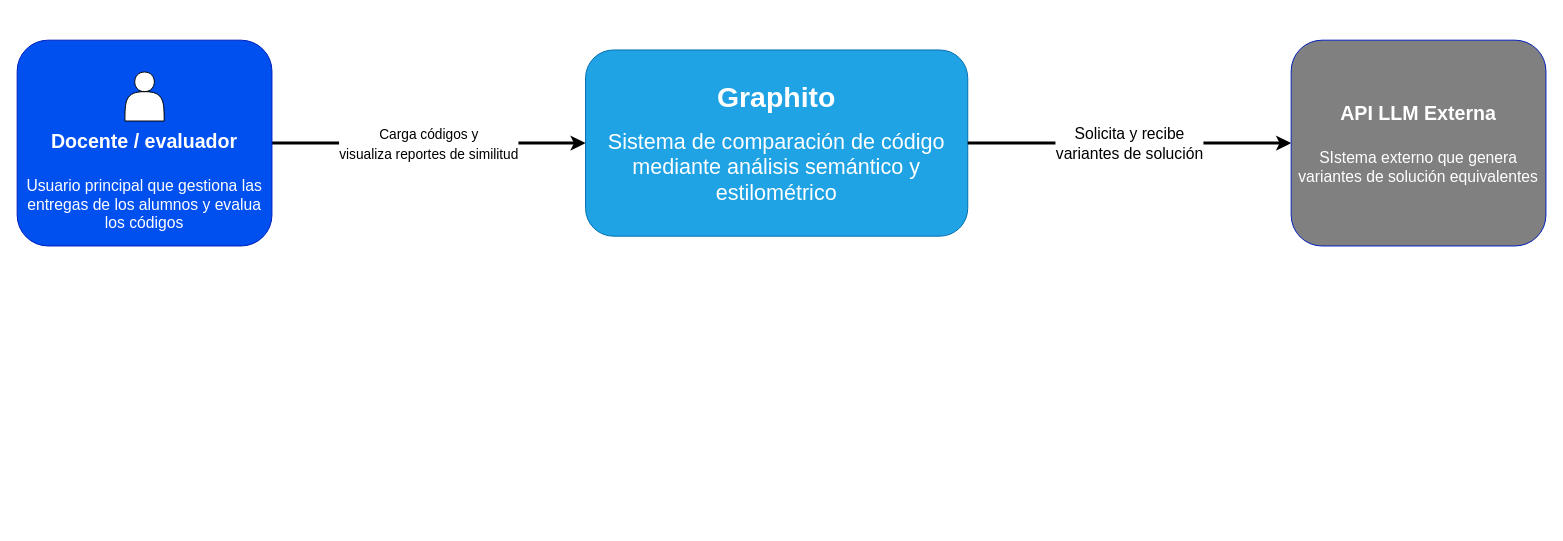
Before: Documentacion/diagramas/diagrama_arquitectura/diagrama_contexto.drawio in SirDaarick/Graphito, a draw.io diagram. Source tidied: cells renumbered, new cells numbered last; positions are measured from the earlier drawing's top-left corner, leaving out a move shared by most shapes. Both pictures are drawn from the tidied source at 98%, with x=0, y=0 at pixel (17, 40).
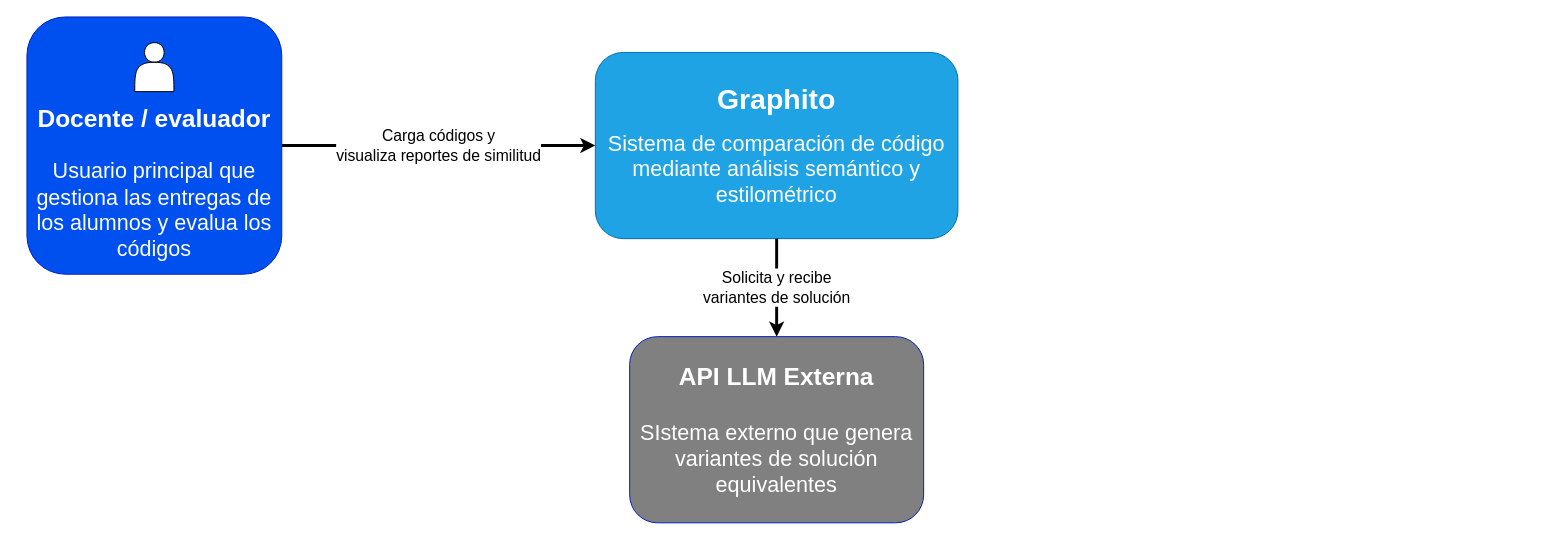
Above is the later version.

Commit message (it also covers changes not shown here):
Actualizar documentación: diagrama de arquitectura y contenido

Diff of the diagram source:
```diff
@@
 <mxGraphModel>
   <root>
     <mxCell id="0" />
     <mxCell id="1" parent="0" />
-    <mxCell id="2" value="&lt;font style=&quot;&quot;&gt;&lt;span style=&quot;font-size: 29px;&quot;&gt;&lt;b&gt;Graphito &lt;br&gt;&lt;/b&gt;&lt;/span&gt;&lt;br&gt;&lt;font style=&quot;font-size: 22px;&quot;&gt;Sistema de comparación de código mediante análisis semántico y estilométrico&lt;/font&gt;&lt;/font&gt;" style="rounded=1;whiteSpace=wrap;html=1;fillColor=#1fa3e5;fontColor=#ffffff;strokeColor=#006EAF;" parent="1" vertex="1">
-      <mxGeometry x="580" y="9.5" width="390" height="190" as="geometry" />
+    <mxCell id="2" value="&lt;font style=&quot;&quot;&gt;&lt;span style=&quot;font-size: 29px;&quot;&gt;&lt;b&gt;Graphito &lt;br&gt;&lt;/b&gt;&lt;/span&gt;&lt;br&gt;&lt;div style=&quot;&quot;&gt;&lt;span style=&quot;font-size: 22px; background-color: initial;&quot;&gt;Sistema de comparación de código mediante análisis semántico y estilométrico&lt;/span&gt;&lt;/div&gt;&lt;/font&gt;" style="rounded=1;whiteSpace=wrap;html=1;fillColor=#1fa3e5;fontColor=#ffffff;strokeColor=#006EAF;" parent="1" vertex="1">
+      <mxGeometry x="590" y="12" width="370" height="190" as="geometry" />
     </mxCell>
-    <mxCell id="3" value="&lt;font style=&quot;font-size: 14px;&quot;&gt;Carga códigos y &lt;br&gt;visualiza reportes de similitud&lt;/font&gt;" style="edgeStyle=none;html=1;fontSize=16;strokeWidth=3;exitX=1;exitY=0.5;exitDx=0;exitDy=0;" parent="1" edge="1" source="5" target="2">
+    <mxCell id="3" value="&lt;font style=&quot;font-size: 16px;&quot;&gt;Carga códigos y &lt;br&gt;visualiza reportes de similitud&lt;/font&gt;" style="edgeStyle=none;html=1;fontSize=16;strokeWidth=3;exitX=1;exitY=0.5;exitDx=0;exitDy=0;" parent="1" edge="1" source="5" target="2">
       <mxGeometry relative="1" as="geometry" />
     </mxCell>
-    <mxCell id="4" value="Solicita y recibe &lt;br&gt;variantes de solución" style="edgeStyle=none;html=1;fontSize=16;strokeWidth=3;exitX=1;exitY=0.5;exitDx=0;exitDy=0;entryX=0;entryY=0.5;entryDx=0;entryDy=0;" parent="1" edge="1" source="2" target="7">
+    <mxCell id="4" value="Solicita y recibe &lt;br&gt;variantes de solución" style="edgeStyle=none;html=1;fontSize=16;strokeWidth=3;exitX=0.5;exitY=1;exitDx=0;exitDy=0;entryX=0.5;entryY=0;entryDx=0;entryDy=0;" parent="1" edge="1" source="2" target="7">
       <mxGeometry relative="1" as="geometry" />
     </mxCell>
-    <mxCell id="5" value="&lt;br&gt;&lt;br&gt;&lt;br&gt;&lt;br&gt;&lt;b style=&quot;font-size: 20px;&quot;&gt;Docente / evaluador&lt;br&gt;&lt;br&gt;&lt;/b&gt;Usuario principal que gestiona las entregas de los alumnos y evalua los códigos" style="rounded=1;whiteSpace=wrap;html=1;fontSize=16;fillColor=#0050ef;fontColor=#ffffff;strokeColor=#001DBC;" parent="1" vertex="1">
-      <mxGeometry y="-0.5" width="260" height="210" as="geometry" />
+    <mxCell id="5" value="&lt;br&gt;&lt;br&gt;&lt;br&gt;&lt;br&gt;&lt;b style=&quot;font-size: 25px;&quot;&gt;Docente / evaluador&lt;br&gt;&lt;/b&gt;&lt;font style=&quot;font-size: 22px;&quot;&gt;&lt;br&gt;Usuario principal que gestiona las entregas de los alumnos y evalua los códigos&lt;/font&gt;" style="rounded=1;whiteSpace=wrap;html=1;fontSize=16;fillColor=#0050ef;fontColor=#ffffff;strokeColor=#001DBC;" parent="1" vertex="1">
+      <mxGeometry x="10" y="-24.2" width="260" height="262.5" as="geometry" />
     </mxCell>
     <mxCell id="6" style="shape=actor;whiteSpace=wrap;html=1;fontSize=16;fillStyle=solid;fillColor=#FFFFFF;" parent="1" vertex="1">
-      <mxGeometry x="110" y="32" width="40" height="50" as="geometry" />
+      <mxGeometry x="120" y="2" width="40" height="50" as="geometry" />
     </mxCell>
-    <mxCell id="7" value="&lt;b style=&quot;font-size: 20px;&quot;&gt;API LLM Externa&lt;br&gt;&lt;br&gt;&lt;/b&gt;SIstema externo que genera variantes de solución equivalentes" style="rounded=1;whiteSpace=wrap;html=1;fontSize=16;fillColor=#808080;fontColor=#ffffff;strokeColor=#001DBC;" parent="1" vertex="1">
-      <mxGeometry x="1300" y="-0.5" width="260" height="210" as="geometry" />
+    <mxCell id="7" value="&lt;b style=&quot;font-size: 25px;&quot;&gt;API LLM Externa&lt;br&gt;&lt;br&gt;&lt;/b&gt;&lt;font style=&quot;font-size: 22px;&quot;&gt;SIstema externo que genera variantes de solución equivalentes&lt;/font&gt;" style="rounded=1;whiteSpace=wrap;html=1;fontSize=16;fillColor=#808080;fontColor=#ffffff;strokeColor=#001DBC;" parent="1" vertex="1">
+      <mxGeometry x="625" y="302" width="300" height="190" as="geometry" />
     </mxCell>
   </root>
 </mxGraphModel>
```
